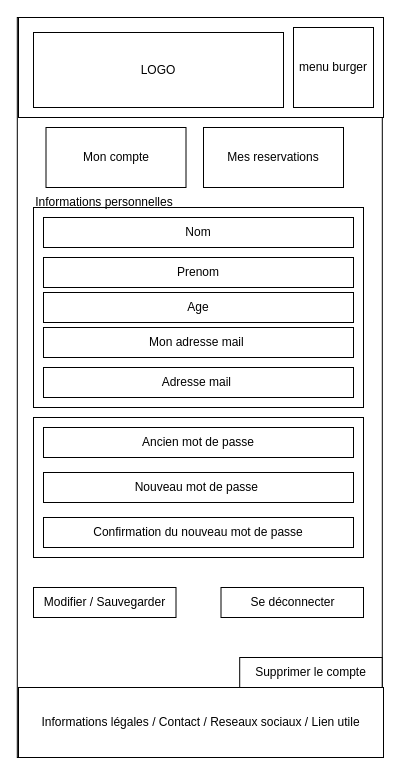
The draw.io diagram page "Mon compte" (4 of 9) of doc/wireframe_mobile.drawio in SeguierJonathan/ZombieLand, before the edit. Source tidied: cells renumbered, new cells numbered last; positions are measured from the earlier drawing's top-left corner, leaving out a move shared by most shapes. Both pictures are drawn from the tidied source at 100%, with x=0, y=0 at pixel (17, 17).
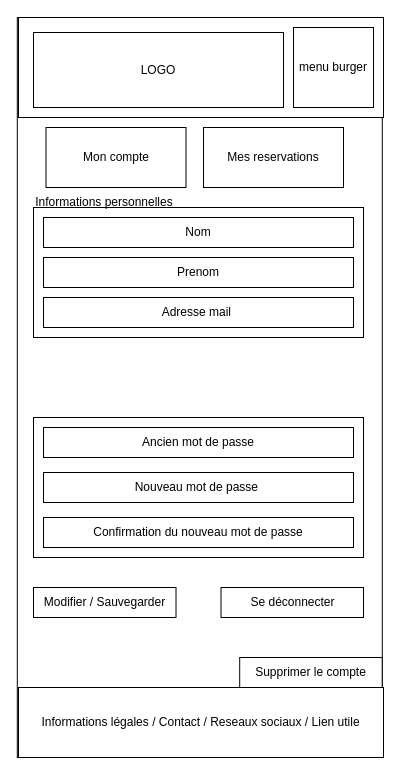
The same page after the edit.

The edit, as a diff of the source:
```diff
@@
     <mxCell id="4" style="rounded=0;whiteSpace=wrap;html=1;" parent="1" vertex="1">
-      <mxGeometry x="16" y="190" width="330" height="200" as="geometry" />
+      <mxGeometry x="16" y="190" width="330" height="130" as="geometry" />
     </mxCell>
@@
-    <mxCell id="9" value="Mon adresse mail&amp;nbsp;" style="rounded=0;whiteSpace=wrap;html=1;" parent="1" vertex="1">
-      <mxGeometry x="26" y="310" width="310" height="30" as="geometry" />
-    </mxCell>
     <mxCell id="10" value="Adresse mail&amp;nbsp;" style="rounded=0;whiteSpace=wrap;html=1;" parent="1" vertex="1">
-      <mxGeometry x="26" y="350" width="310" height="30" as="geometry" />
+      <mxGeometry x="26" y="280" width="310" height="30" as="geometry" />
     </mxCell>
@@
-    <mxCell id="22" value="Age" style="rounded=0;whiteSpace=wrap;html=1;" parent="1" vertex="1">
-      <mxGeometry x="26" y="275" width="310" height="30" as="geometry" />
-    </mxCell>
```
